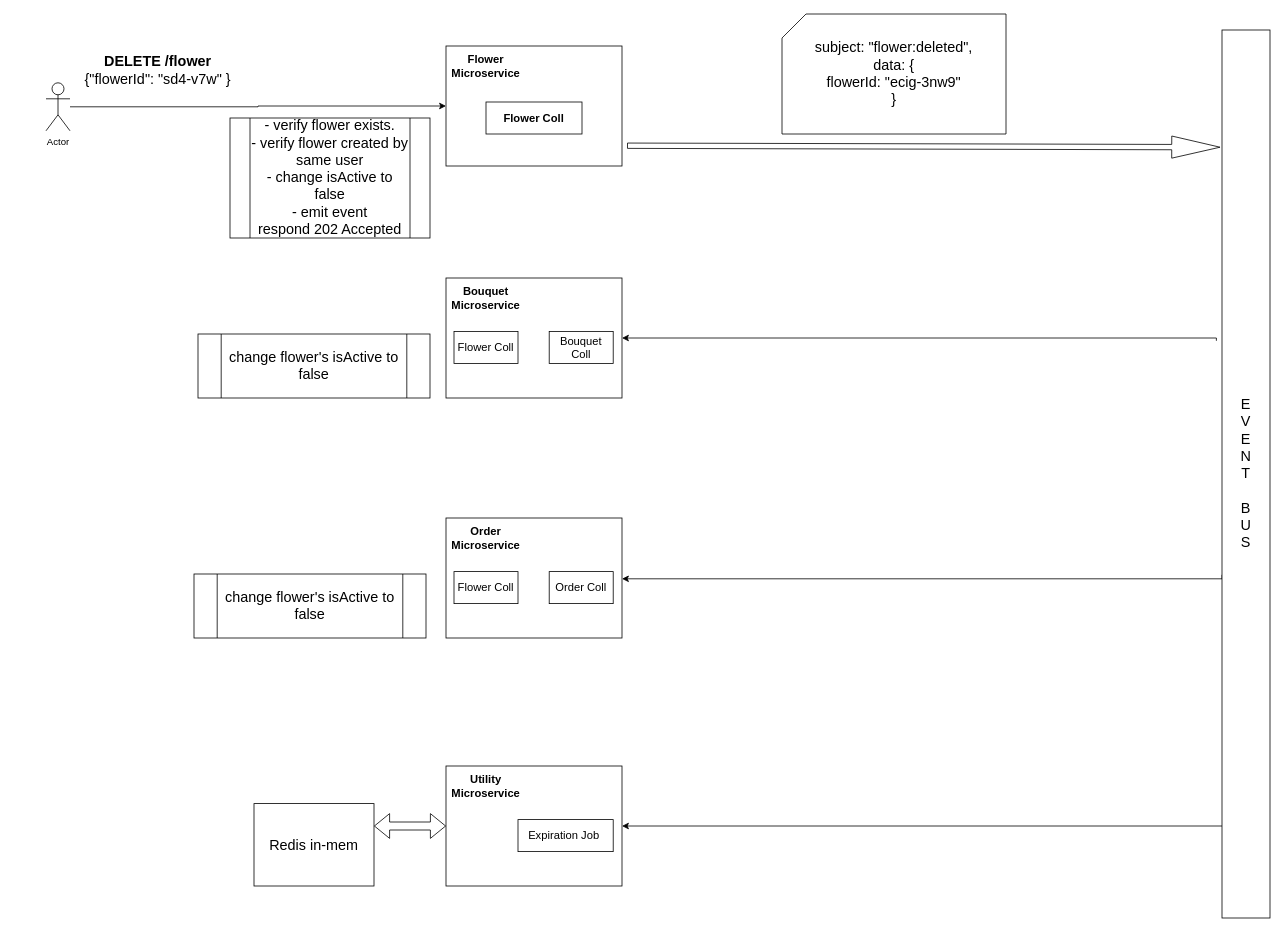
The draw.io diagram documentation/events/flower/delete.drawio in piyusheklavya777/flowerbouquet, before the edit. Source tidied: cells renumbered, new cells numbered last; positions are measured from the earlier drawing's top-left corner, leaving out a move shared by most shapes. Both pictures are drawn from the tidied source at 80%, with x=0, y=0 at pixel (14, 14).
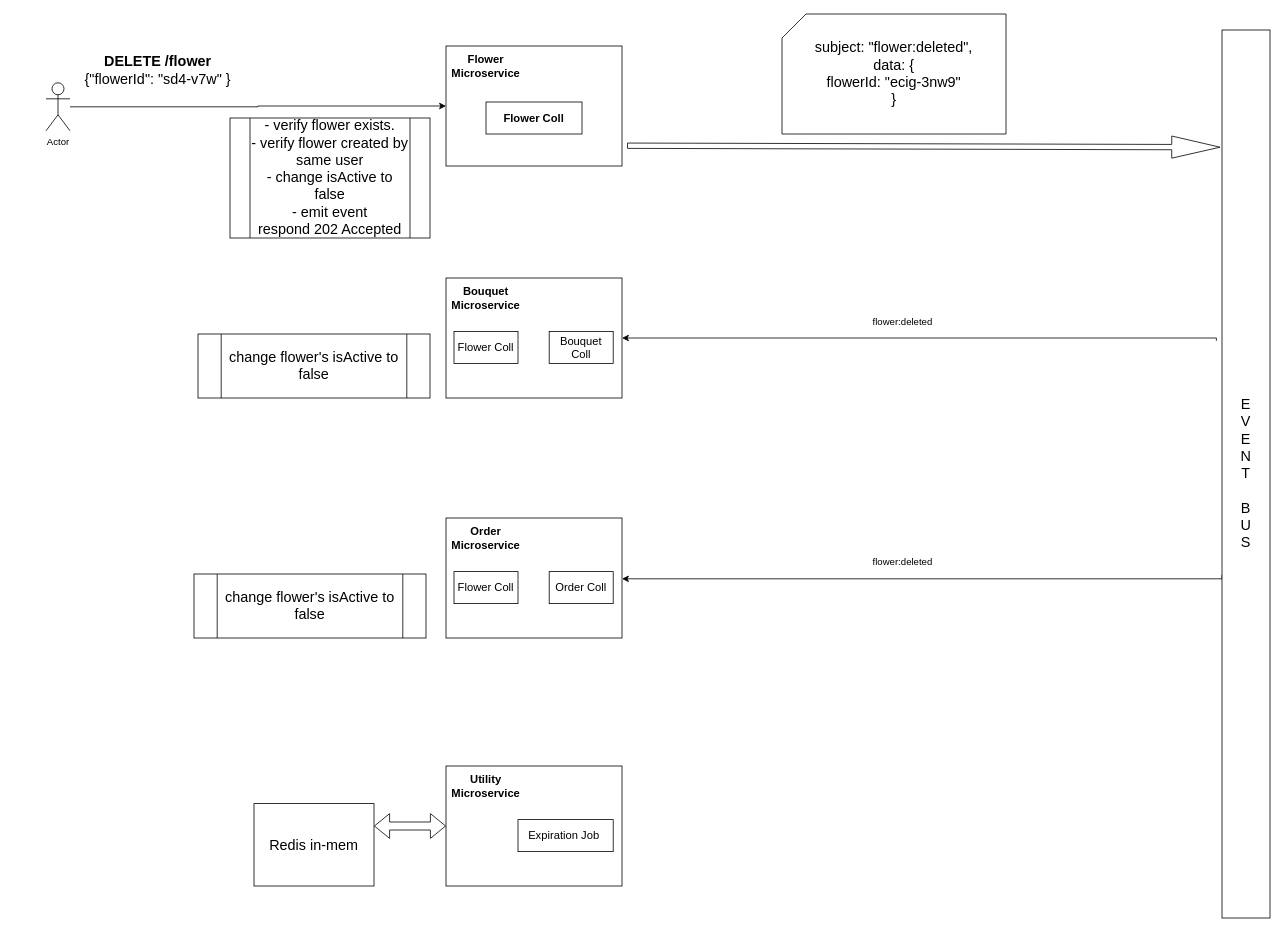
After the change.

The change refers to these unchanged cells:
```xml
<mxCell id="15" style="rounded=0;whiteSpace=wrap;html=1;align=center;" parent="1" vertex="1">
  <mxGeometry x="540" y="940" width="220" height="150" as="geometry" />
</mxCell>
<mxCell id="21" value="&lt;font style=&quot;font-size: 18px;&quot;&gt;E&lt;br&gt;V&lt;br&gt;E&lt;br&gt;N&lt;br&gt;T&lt;br&gt;&lt;br&gt;B&lt;br&gt;U&lt;br&gt;S&lt;/font&gt;" style="rounded=0;whiteSpace=wrap;html=1;" parent="1" vertex="1">
  <mxGeometry x="1510" y="20" width="60" height="1110" as="geometry" />
</mxCell>
```

Diff of the diagram source:
```diff
@@
-    <mxCell id="20" style="edgeStyle=orthogonalEdgeStyle;rounded=0;jettySize=auto;html=1;entryX=1;entryY=0.5;entryDx=0;entryDy=0;fontSize=18;" parent="1" edge="1" source="21" target="15">
-      <mxGeometry relative="1" as="geometry">
-        <Array as="points">
-          <mxPoint x="1330" y="1015" />
-          <mxPoint x="1330" y="1015" />
-        </Array>
-      </mxGeometry>
-    </mxCell>
@@
+    <mxCell id="30" value="flower:deleted" style="text;html=1;strokeColor=none;fillColor=none;align=center;verticalAlign=middle;whiteSpace=wrap;rounded=0;" parent="1" vertex="1">
+      <mxGeometry x="1081" y="370" width="60" height="30" as="geometry" />
+    </mxCell>
+    <mxCell id="31" value="flower:deleted" style="text;html=1;strokeColor=none;fillColor=none;align=center;verticalAlign=middle;whiteSpace=wrap;rounded=0;" parent="1" vertex="1">
+      <mxGeometry x="1081" y="670" width="60" height="30" as="geometry" />
+    </mxCell>
```
